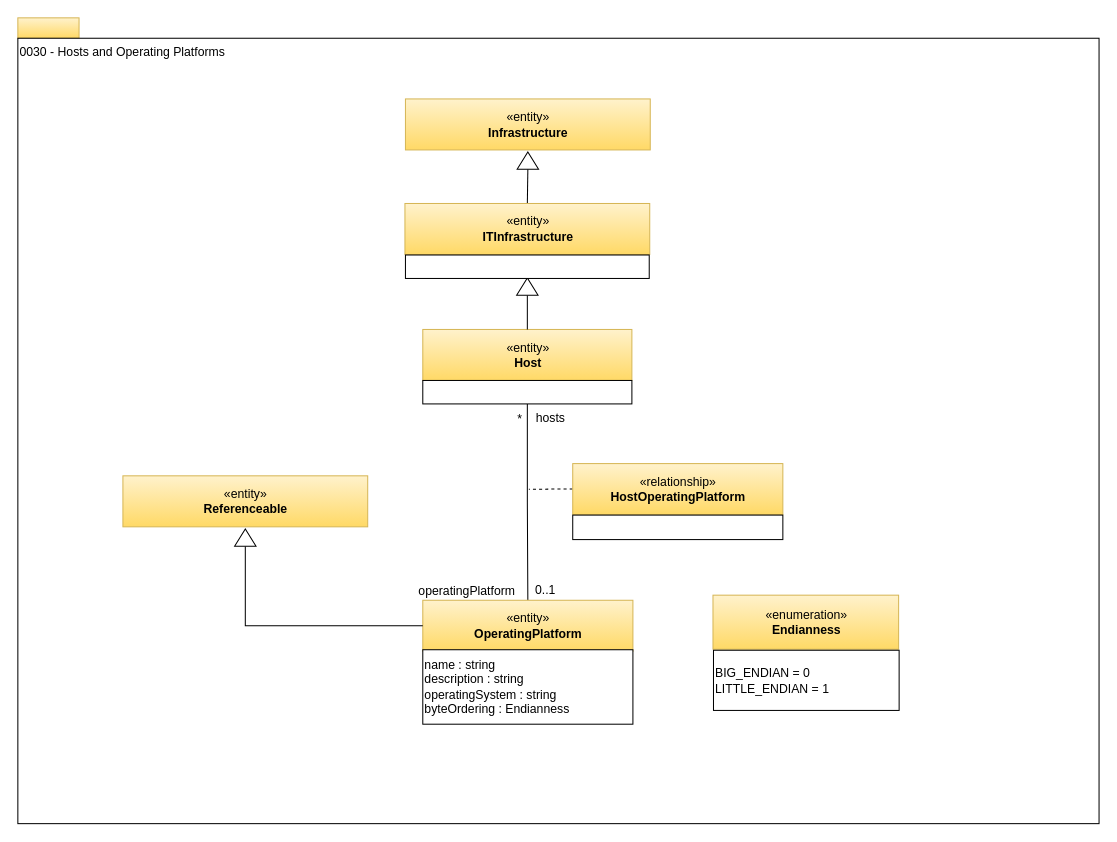
This is page "0030-Hosts-and-Platforms" (13 of 25) of open-metadata-publication/website/open-metadata-types/area-0-basic-types-and-infrastructure.drawio from odpi/egeria, a draw.io file, before an edit. Source tidied: cells renumbered, new cells numbered last; positions are measured from the earlier drawing's top-left corner, leaving out a move shared by most shapes. Both pictures are drawn from the tidied source at 102%, with x=0, y=0 at pixel (17, 17).
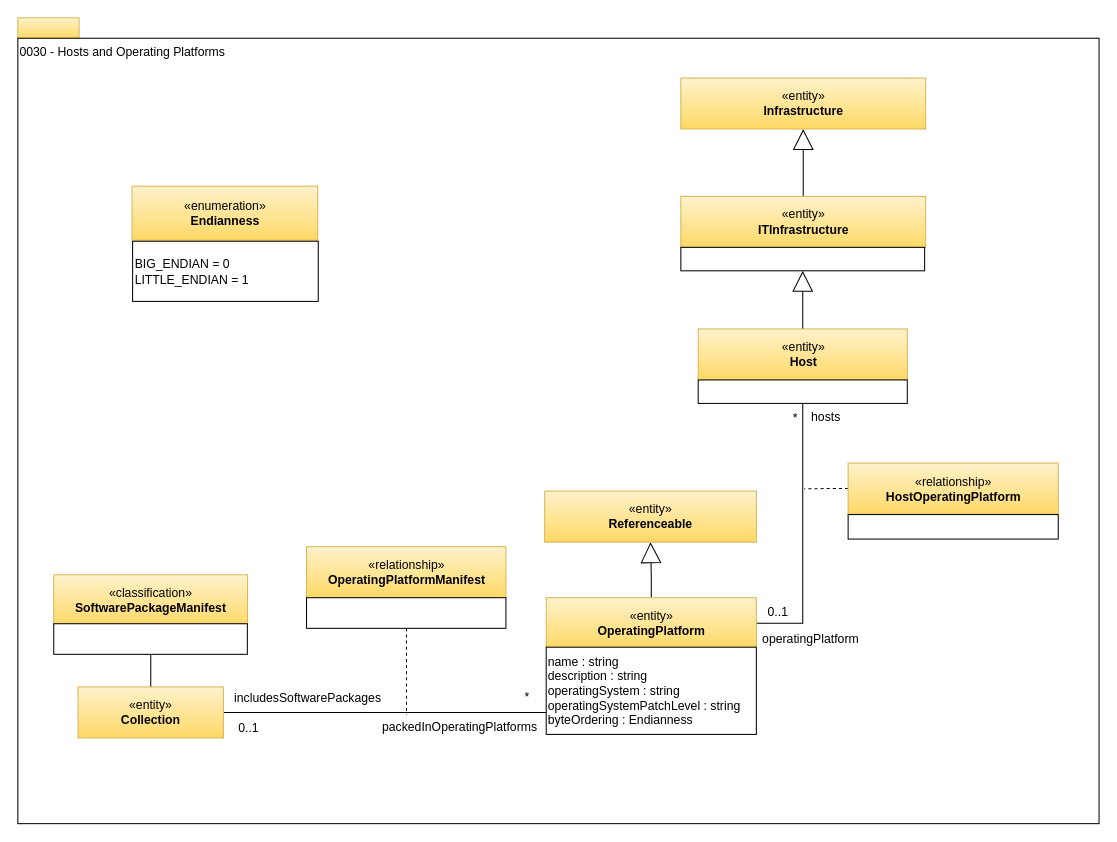
After the change.

What changed in the source:
```diff
@@
-    <mxCell id="4" style="edgeStyle=orthogonalEdgeStyle;rounded=0;html=1;exitX=0.5;exitY=1;entryX=0.5;entryY=0;endArrow=none;endFill=0;jettySize=auto;" parent="1" edge="1" source="14" target="6">
+    <mxCell id="4" style="edgeStyle=orthogonalEdgeStyle;rounded=0;html=1;exitX=0.5;exitY=1;entryX=1;entryY=0.5;endArrow=none;endFill=0;jettySize=auto;entryDx=0;entryDy=0;exitDx=0;exitDy=0;" parent="1" edge="1" source="14" target="6">
       <mxGeometry relative="1" as="geometry" />
     </mxCell>
+    <mxCell id="28" style="edgeStyle=orthogonalEdgeStyle;rounded=0;jettySize=auto;html=1;endArrow=block;endFill=0;endSize=18;strokeWidth=1;" parent="1" edge="1" source="5" target="22">
+      <mxGeometry relative="1" as="geometry" />
+    </mxCell>
     <mxCell id="5" value="«entity»&lt;br&gt;&lt;b&gt;Host&lt;/b&gt;" style="html=1;strokeColor=#d6b656;align=center;fillColor=#fff2cc;gradientColor=#ffd966;" parent="1" vertex="1">
-      <mxGeometry x="397" y="305.5" width="205" height="50" as="geometry" />
+      <mxGeometry x="667" y="305" width="205" height="50" as="geometry" />
     </mxCell>
+    <mxCell id="29" style="edgeStyle=orthogonalEdgeStyle;rounded=0;jettySize=auto;html=1;entryX=0.5;entryY=1;entryDx=0;entryDy=0;endArrow=block;endFill=0;endSize=18;strokeWidth=1;" parent="1" edge="1" source="6" target="24">
+      <mxGeometry relative="1" as="geometry" />
+    </mxCell>
     <mxCell id="6" value="«entity»&lt;br&gt;&lt;b&gt;OperatingPlatform&lt;/b&gt;" style="html=1;strokeColor=#d6b656;align=center;fillColor=#fff2cc;gradientColor=#ffd966;" parent="1" vertex="1">
-      <mxGeometry x="397" y="571" width="206" height="50" as="geometry" />
+      <mxGeometry x="518" y="568.5" width="206" height="50" as="geometry" />
     </mxCell>
     <mxCell id="7" style="edgeStyle=orthogonalEdgeStyle;rounded=0;html=1;exitX=0;exitY=0.5;endArrow=none;endFill=0;jettySize=auto;dashed=1;" parent="1" edge="1" source="8">
       <mxGeometry relative="1" as="geometry">
-        <mxPoint x="501" y="462.2" as="targetPoint" />
+        <mxPoint x="771" y="461.7" as="targetPoint" />
       </mxGeometry>
     </mxCell>
     <mxCell id="8" value="«relationship»&lt;br&gt;&lt;b&gt;HostOperatingPlatform&lt;/b&gt;" style="html=1;strokeColor=#d6b656;align=center;fillColor=#fff2cc;gradientColor=#ffd966;" parent="1" vertex="1">
-      <mxGeometry x="544" y="437" width="206" height="50" as="geometry" />
+      <mxGeometry x="814" y="436.5" width="206" height="50" as="geometry" />
     </mxCell>
     <mxCell id="9" style="rounded=0;whiteSpace=wrap;html=1;strokeColor=#000000;gradientColor=#ffffff;align=left;" parent="1" vertex="1">
-      <mxGeometry x="544" y="487.5" width="206" height="24" as="geometry" />
+      <mxGeometry x="814" y="487" width="206" height="24" as="geometry" />
     </mxCell>
     <mxCell id="10" value="*" style="text;html=1;align=center;verticalAlign=top;spacingTop=-4;" parent="1" vertex="1">
-      <mxGeometry x="484.5" y="383.5" width="15" height="14" as="geometry" />
+      <mxGeometry x="754.5" y="383" width="15" height="14" as="geometry" />
     </mxCell>
     <mxCell id="11" value="0..1" style="text;html=1;align=center;verticalAlign=top;spacingTop=-4;" parent="1" vertex="1">
-      <mxGeometry x="502" y="551" width="30" height="14" as="geometry" />
+      <mxGeometry x="730" y="573" width="30" height="14" as="geometry" />
     </mxCell>
     <mxCell id="12" value="hosts" style="text;html=1;align=center;verticalAlign=top;spacingTop=-4;" parent="1" vertex="1">
-      <mxGeometry x="502" y="382.5" width="39" height="14" as="geometry" />
+      <mxGeometry x="772" y="382" width="39" height="14" as="geometry" />
     </mxCell>
     <mxCell id="13" value="operatingPlatform" style="text;html=1;align=center;verticalAlign=top;spacingTop=-4;" parent="1" vertex="1">
-      <mxGeometry x="387.5" y="552" width="105" height="14" as="geometry" />
+      <mxGeometry x="724" y="599" width="105" height="14" as="geometry" />
     </mxCell>
     <mxCell id="14" style="rounded=0;whiteSpace=wrap;html=1;strokeColor=#000000;gradientColor=#ffffff;align=left;" parent="1" vertex="1">
-      <mxGeometry x="397" y="355.5" width="205" height="23" as="geometry" />
+      <mxGeometry x="667" y="355" width="205" height="23" as="geometry" />
     </mxCell>
-    <mxCell id="15" style="edgeStyle=orthogonalEdgeStyle;rounded=0;html=1;exitX=0.5;exitY=0;entryX=0;entryY=0.5;endArrow=none;endFill=0;jettySize=auto;" parent="1" edge="1" source="16" target="21">
-      <mxGeometry relative="1" as="geometry" />
-    </mxCell>
+    <mxCell id="30" style="edgeStyle=orthogonalEdgeStyle;rounded=0;jettySize=auto;html=1;endArrow=block;endFill=0;endSize=18;" parent="1" edge="1" source="16" target="20">
+      <mxGeometry relative="1" as="geometry" />
+    </mxCell>
     <mxCell id="16" value="«entity»&lt;br&gt;&lt;b&gt;ITInfrastructure&lt;/b&gt;" style="html=1;strokeColor=#d6b656;align=center;fillColor=#fff2cc;gradientColor=#ffd966;" parent="1" vertex="1">
-      <mxGeometry x="379.5" y="182" width="240" height="50" as="geometry" />
+      <mxGeometry x="650" y="175" width="240" height="50" as="geometry" />
     </mxCell>
-    <mxCell id="17" style="edgeStyle=orthogonalEdgeStyle;rounded=0;html=1;exitX=0;exitY=0.5;entryX=0.5;entryY=0;jettySize=auto;endArrow=none;endFill=0;" parent="1" edge="1" source="18" target="5">
-      <mxGeometry relative="1" as="geometry" />
-    </mxCell>
-    <mxCell id="18" style="triangle;whiteSpace=wrap;html=1;strokeColor=#000000;gradientColor=#ffffff;align=center;rotation=-90;" parent="1" vertex="1">
-      <mxGeometry x="491" y="253" width="17" height="21" as="geometry" />
-    </mxCell>
-    <mxCell id="19" value="name : string&lt;br&gt;description : string&lt;br&gt;operatingSystem : string&lt;br&gt;byteOrdering : Endianness" style="rounded=0;whiteSpace=wrap;html=1;strokeColor=#000000;gradientColor=#ffffff;align=left;" parent="1" vertex="1">
-      <mxGeometry x="397" y="619.5" width="206" height="73" as="geometry" />
+    <mxCell id="19" value="name : string&lt;br&gt;description : string&lt;br&gt;operatingSystem : string&lt;br&gt;operatingSystemPatchLevel : string&lt;br&gt;byteOrdering : Endianness" style="rounded=0;whiteSpace=wrap;html=1;strokeColor=#000000;gradientColor=#ffffff;align=left;" parent="1" vertex="1">
+      <mxGeometry x="518" y="617" width="206" height="85.5" as="geometry" />
     </mxCell>
     <mxCell id="20" value="«entity»&lt;br&gt;&lt;b&gt;Infrastructure&lt;/b&gt;" style="html=1;strokeColor=#d6b656;align=center;fillColor=#fff2cc;gradientColor=#ffd966;" parent="1" vertex="1">
-      <mxGeometry x="380" y="79.5" width="240" height="50" as="geometry" />
+      <mxGeometry x="650" y="59" width="240" height="50" as="geometry" />
     </mxCell>
-    <mxCell id="21" style="triangle;whiteSpace=wrap;html=1;strokeColor=#000000;gradientColor=#ffffff;align=center;rotation=-90;" parent="1" vertex="1">
-      <mxGeometry x="491.5" y="129.5" width="17" height="21" as="geometry" />
-    </mxCell>
     <mxCell id="22" style="rounded=0;whiteSpace=wrap;html=1;strokeColor=#000000;gradientColor=#ffffff;align=left;" parent="1" vertex="1">
-      <mxGeometry x="380" y="232.5" width="239" height="23" as="geometry" />
+      <mxGeometry x="650" y="225" width="239" height="23" as="geometry" />
     </mxCell>
-    <mxCell id="23" style="edgeStyle=orthogonalEdgeStyle;rounded=0;html=1;exitX=0;exitY=0.5;entryX=0;entryY=0.5;endArrow=none;endFill=0;jettySize=auto;" parent="1" edge="1" source="6" target="25">
-      <mxGeometry relative="1" as="geometry" />
-    </mxCell>
     <mxCell id="24" value="«entity»&lt;br&gt;&lt;b&gt;Referenceable&lt;/b&gt;" style="html=1;strokeColor=#d6b656;align=center;fillColor=#fff2cc;gradientColor=#ffd966;" parent="1" vertex="1">
-      <mxGeometry x="103" y="449" width="240" height="50" as="geometry" />
+      <mxGeometry x="516.5" y="464" width="207.5" height="50" as="geometry" />
     </mxCell>
-    <mxCell id="25" style="triangle;whiteSpace=wrap;html=1;strokeColor=#000000;gradientColor=#ffffff;align=center;rotation=-90;" parent="1" vertex="1">
-      <mxGeometry x="214.5" y="499" width="17" height="21" as="geometry" />
-    </mxCell>
     <mxCell id="26" value="«enumeration»&lt;br&gt;&lt;b&gt;Endianness&lt;/b&gt;" style="html=1;strokeColor=#d6b656;align=center;fillColor=#fff2cc;gradientColor=#ffd966;" parent="1" vertex="1">
-      <mxGeometry x="681.5" y="566" width="182" height="53" as="geometry" />
+      <mxGeometry x="112" y="165" width="182" height="53" as="geometry" />
     </mxCell>
     <mxCell id="27" value="BIG_ENDIAN = 0&lt;br&gt;LITTLE_ENDIAN = 1&lt;br&gt;" style="rounded=0;whiteSpace=wrap;html=1;strokeColor=#000000;gradientColor=#ffffff;align=left;" parent="1" vertex="1">
-      <mxGeometry x="682" y="620" width="182" height="59" as="geometry" />
+      <mxGeometry x="112.5" y="219" width="182" height="59" as="geometry" />
     </mxCell>
+    <mxCell id="31" style="edgeStyle=orthogonalEdgeStyle;rounded=0;jettySize=auto;html=1;entryX=0;entryY=0.75;entryDx=0;entryDy=0;endArrow=none;endFill=0;endSize=18;" parent="1" edge="1" source="40" target="19">
+      <mxGeometry relative="1" as="geometry" />
+    </mxCell>
+    <mxCell id="32" value="«relationship»&lt;br&gt;&lt;b&gt;OperatingPlatformManifest&lt;/b&gt;" style="html=1;strokeColor=#d6b656;align=center;fillColor=#fff2cc;gradientColor=#ffd966;" parent="1" vertex="1">
+      <mxGeometry x="283" y="518.5" width="195.5" height="50" as="geometry" />
+    </mxCell>
+    <mxCell id="33" style="edgeStyle=orthogonalEdgeStyle;rounded=0;html=1;exitX=0.5;exitY=1;exitDx=0;exitDy=0;endArrow=none;endFill=0;jettySize=auto;dashed=1;" parent="1" edge="1" source="34">
+      <mxGeometry relative="1" as="geometry">
+        <mxPoint x="381" y="683" as="targetPoint" />
+        <Array as="points">
+          <mxPoint x="381" y="683" />
+        </Array>
+      </mxGeometry>
+    </mxCell>
+    <mxCell id="34" style="rounded=0;whiteSpace=wrap;html=1;strokeColor=#000000;gradientColor=#ffffff;align=left;" parent="1" vertex="1">
+      <mxGeometry x="283" y="568.5" width="195.5" height="30" as="geometry" />
+    </mxCell>
+    <mxCell id="35" value="0..1" style="text;html=1;align=center;verticalAlign=middle;" parent="1" vertex="1">
+      <mxGeometry x="211" y="688" width="30" height="18" as="geometry" />
+    </mxCell>
+    <mxCell id="36" value="*" style="text;html=1;align=center;verticalAlign=middle;" parent="1" vertex="1">
+      <mxGeometry x="488.5" y="656" width="20" height="20" as="geometry" />
+    </mxCell>
+    <mxCell id="37" value="includesSoftwarePackages" style="text;html=1;align=center;verticalAlign=middle;" parent="1" vertex="1">
+      <mxGeometry x="207" y="658" width="154" height="18" as="geometry" />
+    </mxCell>
+    <mxCell id="38" value="packedInOperatingPlatforms" style="text;html=1;align=center;verticalAlign=middle;" parent="1" vertex="1">
+      <mxGeometry x="351.5" y="687" width="162" height="18" as="geometry" />
+    </mxCell>
+    <mxCell id="39" style="edgeStyle=orthogonalEdgeStyle;rounded=0;jettySize=auto;html=1;entryX=0.5;entryY=1;entryDx=0;entryDy=0;endArrow=none;endFill=0;" parent="1" edge="1" source="40" target="41">
+      <mxGeometry relative="1" as="geometry" />
+    </mxCell>
+    <mxCell id="40" value="«entity»&lt;br&gt;&lt;b&gt;Collection&lt;/b&gt;" style="html=1;strokeColor=#d6b656;align=center;fillColor=#fff2cc;gradientColor=#ffd966;" parent="1" vertex="1">
+      <mxGeometry x="59" y="656" width="142.5" height="50" as="geometry" />
+    </mxCell>
+    <mxCell id="41" value="«classification»&lt;br&gt;&lt;b&gt;SoftwarePackageManifest&lt;/b&gt;" style="html=1;strokeColor=#d6b656;align=center;fillColor=#fff2cc;gradientColor=#ffd966;" parent="1" vertex="1">
+      <mxGeometry x="35.2" y="546" width="190" height="50" as="geometry" />
+    </mxCell>
+    <mxCell id="42" style="rounded=0;whiteSpace=wrap;html=1;strokeColor=#000000;gradientColor=#ffffff;align=left;" parent="1" vertex="1">
+      <mxGeometry x="35.2" y="594" width="189.8" height="30" as="geometry" />
+    </mxCell>
```
